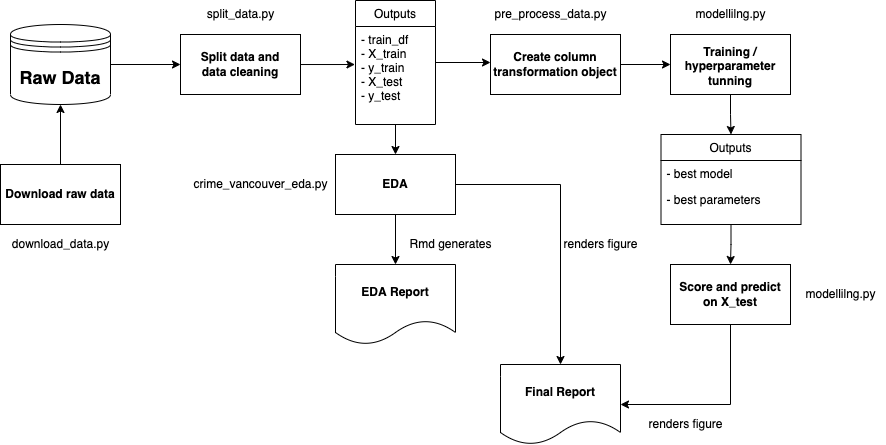
Before: src/flow_chart.png, a diagram exported from draw.io (UBC-MDS/Crime_Prediction_Vancouver). Source tidied: cells renumbered, new cells last; positions are measured from the earlier drawing's top-left corner, leaving out a move shared by most shapes.
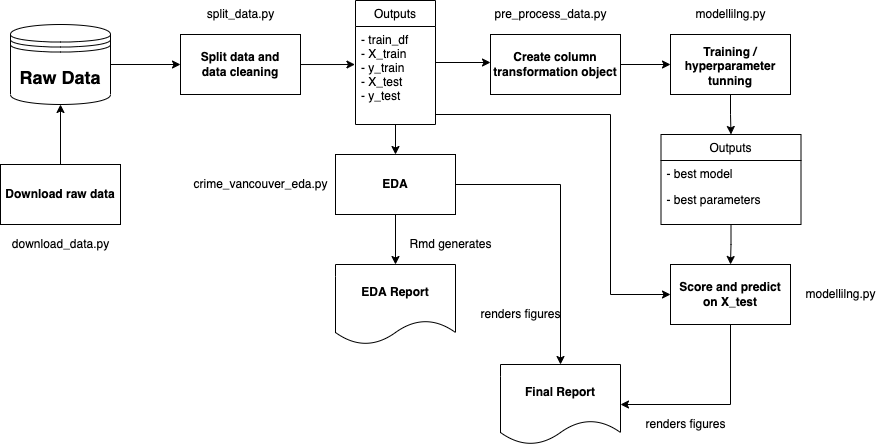
The same file after the commit.

Commit message:
Updated flow chart

Diff of the diagram source:
```diff
@@ -121,11 +121,19 @@
     <mxCell id="38" value="Rmd generates" style="text;html=1;align=center;verticalAlign=middle;fillColor=none;strokeColor=none;rounded=0;" parent="1" vertex="1">
       <mxGeometry x="400" y="234" width="100" height="20" as="geometry" />
     </mxCell>
-    <mxCell id="39" value="renders figure" style="text;html=1;align=center;verticalAlign=middle;fillColor=none;strokeColor=none;rounded=0;" parent="1" vertex="1">
-      <mxGeometry x="555" y="234" width="90" height="20" as="geometry" />
+    <mxCell id="39" value="renders figures" style="text;html=1;align=center;verticalAlign=middle;fillColor=none;strokeColor=none;rounded=0;" parent="1" vertex="1">
+      <mxGeometry x="470" y="304" width="100" height="20" as="geometry" />
     </mxCell>
-    <mxCell id="40" value="renders figure" style="text;html=1;align=center;verticalAlign=middle;fillColor=none;strokeColor=none;rounded=0;" parent="1" vertex="1">
-      <mxGeometry x="640" y="414" width="90" height="20" as="geometry" />
+    <mxCell id="40" value="renders figures" style="text;html=1;align=center;verticalAlign=middle;fillColor=none;strokeColor=none;rounded=0;" parent="1" vertex="1">
+      <mxGeometry x="635" y="414" width="100" height="20" as="geometry" />
     </mxCell>
+    <mxCell id="41" style="edgeStyle=orthogonalEdgeStyle;rounded=0;jettySize=auto;html=1;entryX=0;entryY=0.5;entryDx=0;entryDy=0;" parent="1" edge="1" source="7" target="30">
+      <mxGeometry relative="1" as="geometry">
+        <Array as="points">
+          <mxPoint x="610" y="114" />
+          <mxPoint x="610" y="294" />
+        </Array>
+      </mxGeometry>
+    </mxCell>
   </root>
 </mxGraphModel>
```
